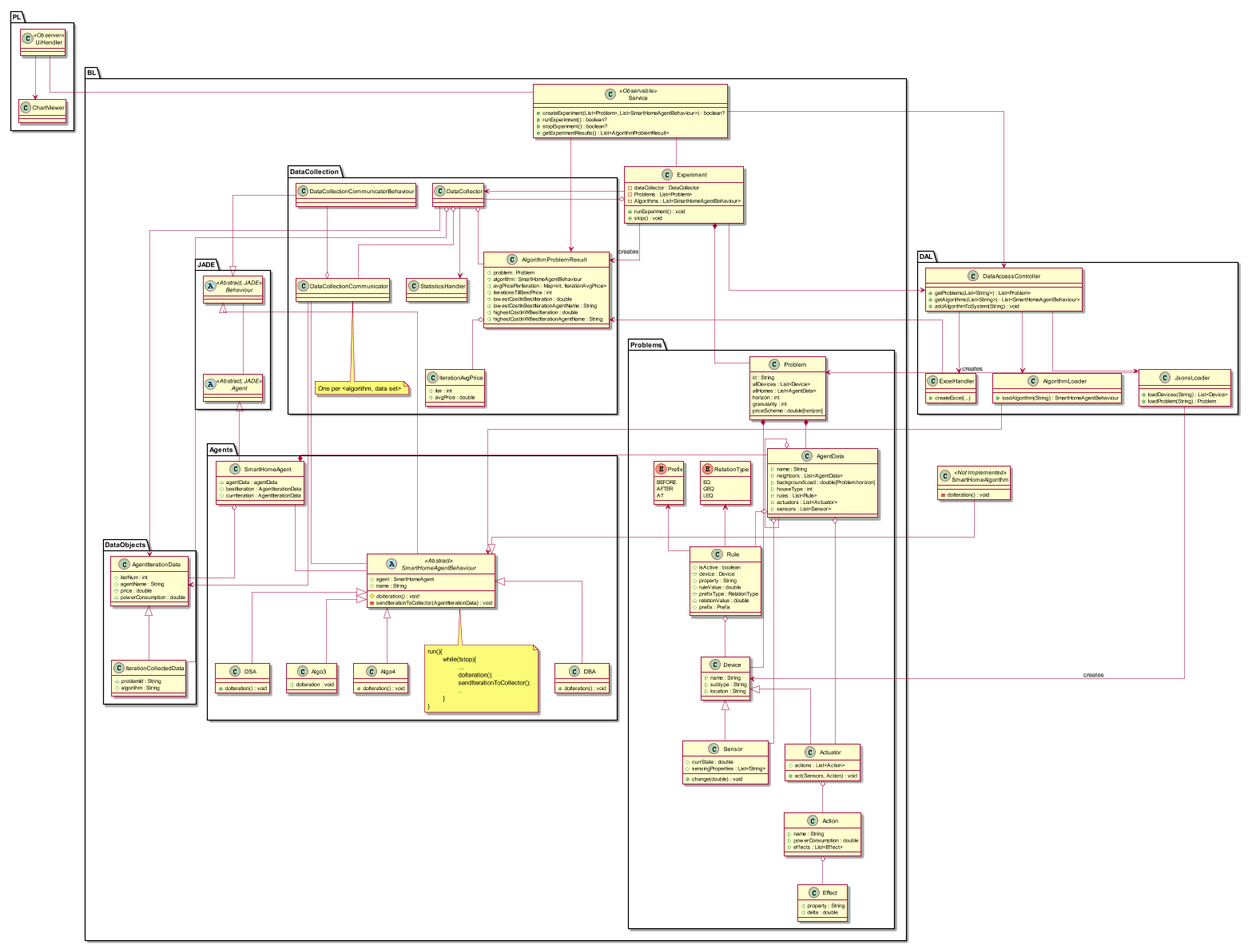
This is Final/Docs/Diagrams/class diagram/ClassDiagram.png from miamiHits/FinalProject, a PlantUML export, as it was before one commit.
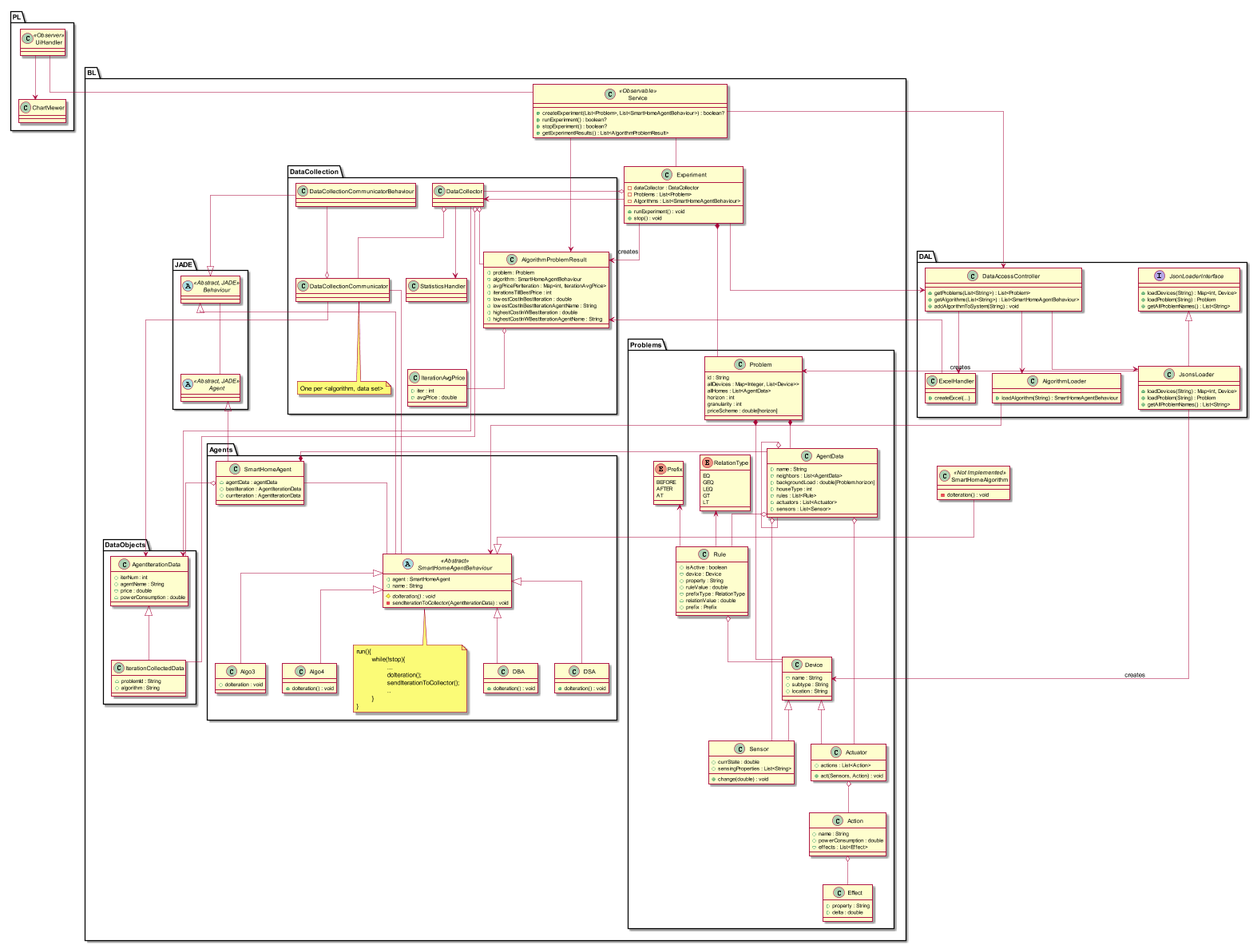
The same file after the commit.

Commit message:
fixes in Class Diagram

Diff of the diagram source:
```diff
@@ -45,6 +45,8 @@
 			EQ
 			GEQ
 			LEQ
+			GT
+			LT
 		}
 
 		enum Prefix {
@@ -75,7 +77,7 @@
 
 		class Problem {
 			id : String
-			allDevices : List<Device>
+			allDevices : Map<Integer, List<Device>>
 			allHomes : List<AgentData>
 			horizon : int
 			granularity : int
@@ -261,9 +263,16 @@
 
 	}
 
+    interface JsonLoaderInterface {
+        +loadDevices(String) : Map<int, Device>
+        +loadProblem(String) : Problem
+        +getAllProblemNames() : List<String>
+    }
+
 	class JsonsLoader {
-		+loadDevices(String) : List<Device>
+		+loadDevices(String) : Map<int, Device>
 		+loadProblem(String) : Problem
+		+getAllProblemNames() : List<String>
 	}
 
 	class AlgorithmLoader {
@@ -279,6 +288,8 @@
 	DataAccessController --> AlgorithmLoader
 	DataAccessController --> JsonsLoader
 	DataAccessController --> ExcelHandler
+
+	JsonLoaderInterface <|-- JsonsLoader
 }
 
 
```
